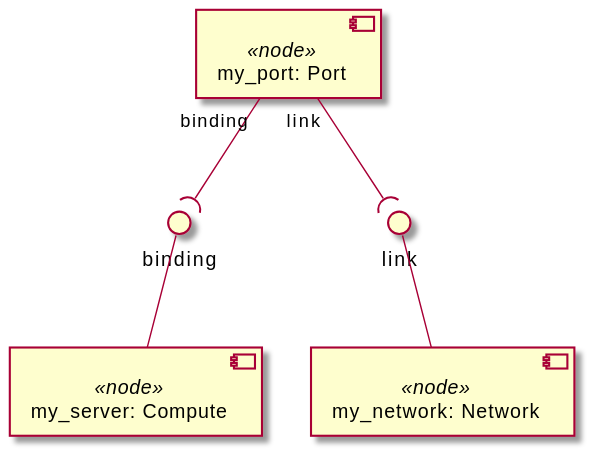
Before: examples/ariatosca/diagrams/uml2/network-1-1.0-uml2-component-diagram1.svg, a diagram exported from PlantUML (Orange-OpenSource/Cloudnet-TOSCA-toolbox).
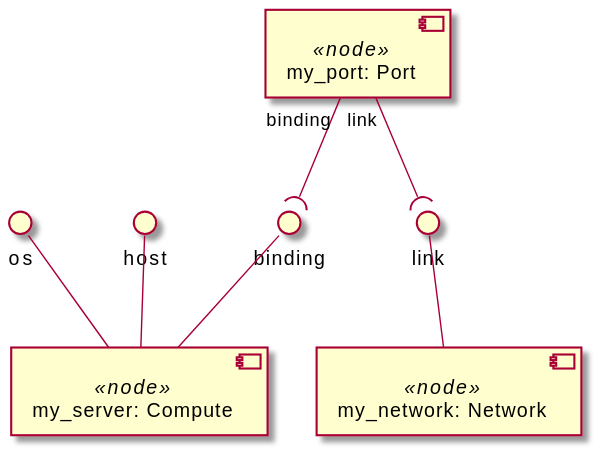
The same diagram one commit later.

What changed in the source:
```diff
@@ -2,15 +2,19 @@
 skinparam componentStyle uml2
 
 component "my_server: Compute" <<node>> as node_my_server
+interface "os" as node_my_server_os
+node_my_server_os -- node_my_server
+interface "host" as node_my_server_host
+node_my_server_host -- node_my_server
+interface "binding" as node_my_server_binding
+node_my_server_binding -- node_my_server
 
 component "my_network: Network" <<node>> as node_my_network
+interface "link" as node_my_network_link
+node_my_network_link -- node_my_network
 
 component "my_port: Port" <<node>> as node_my_port
 
-interface "binding" as node_my_server_binding
-node_my_server_binding -- node_my_server
 node_my_port "binding" --( node_my_server_binding
-interface "link" as node_my_network_link
-node_my_network_link -- node_my_network
 node_my_port "link" --( node_my_network_link
 @enduml
```
